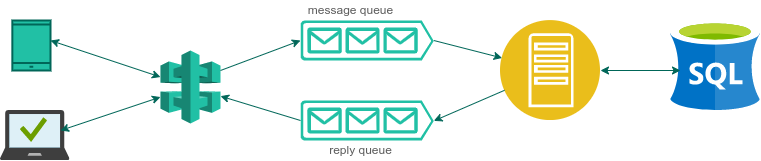
Above: system-design.drawio.png in sderohan/todo-eda-go (draw.io), before the change. Source tidied: cells renumbered, new cells last; positions are measured from the earlier drawing's top-left corner, leaving out a move shared by most shapes.
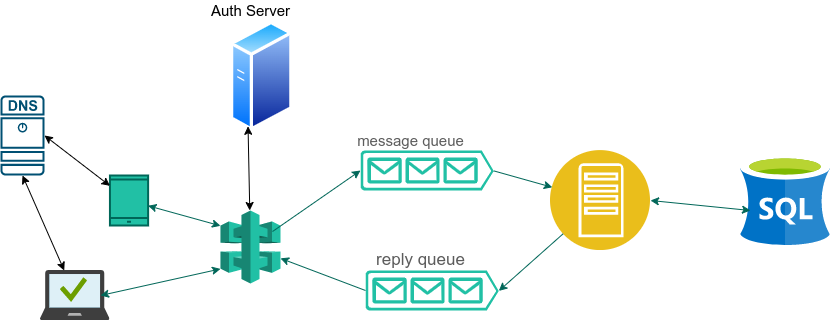
Later version of the same file.

Change to the diagram source:
```diff
@@ -3,63 +3,72 @@
     <mxCell id="0" />
     <mxCell id="1" parent="0" />
     <mxCell id="2" style="html=1;verticalLabelPosition=bottom;align=center;verticalAlign=top;strokeWidth=2;strokeColor=#006658;shadow=0;dashed=0;shape=mxgraph.ios7.icons.smartphone;fillColor=#21C0A5;fontColor=#5C5C5C;rounded=0;" parent="1" vertex="1">
-      <mxGeometry x="11.8" y="20" width="38.2" height="50" as="geometry" />
+      <mxGeometry x="49.5" y="45" width="38.2" height="50" as="geometry" />
     </mxCell>
     <mxCell id="3" style="sketch=0;html=1;points=[];align=center;image;fontSize=12;image=img/lib/mscae/Managed_Desktop.svg;fillColor=#21C0A5;strokeColor=#006658;fontColor=#5C5C5C;rounded=0;" parent="1" vertex="1">
-      <mxGeometry y="110" width="69.5" height="50" as="geometry" />
+      <mxGeometry x="-20" y="140" width="69.5" height="50" as="geometry" />
     </mxCell>
     <mxCell id="4" style="outlineConnect=0;dashed=0;verticalLabelPosition=bottom;verticalAlign=top;align=center;html=1;shape=mxgraph.aws3.api_gateway;fillColor=#21C0A5;strokeColor=#006658;fontColor=#5C5C5C;rounded=0;" parent="1" vertex="1">
-      <mxGeometry x="160" y="50" width="60" height="73" as="geometry" />
+      <mxGeometry x="160" y="80" width="60" height="73" as="geometry" />
     </mxCell>
     <mxCell id="5" style="sketch=0;shadow=0;dashed=0;html=1;strokeColor=none;labelPosition=center;verticalLabelPosition=bottom;verticalAlign=top;align=center;fillColor=#21C0A5;shape=mxgraph.azure.queue_generic;fontColor=#5C5C5C;rounded=0;" parent="1" vertex="1">
       <mxGeometry x="300" y="20" width="133.3" height="40" as="geometry" />
     </mxCell>
     <mxCell id="6" style="perimeter=ellipsePerimeter;html=1;align=center;shadow=0;dashed=0;fontColor=#5C5C5C;fontSize=12;spacingTop=3;image;image=img/lib/ibm/applications/app_server.svg;fillColor=#21C0A5;strokeColor=#006658;rounded=0;" parent="1" vertex="1">
-      <mxGeometry x="500" y="20" width="100" height="100" as="geometry" />
+      <mxGeometry x="490" y="20" width="100" height="100" as="geometry" />
     </mxCell>
     <mxCell id="7" style="sketch=0;shadow=0;dashed=0;html=1;strokeColor=none;labelPosition=center;verticalLabelPosition=bottom;verticalAlign=top;align=center;fillColor=#21C0A5;shape=mxgraph.azure.queue_generic;direction=east;fontColor=#5C5C5C;rounded=0;" parent="1" vertex="1">
-      <mxGeometry x="300" y="100" width="133.3" height="40" as="geometry" />
+      <mxGeometry x="305" y="140" width="133.3" height="40" as="geometry" />
     </mxCell>
     <mxCell id="8" style="sketch=0;html=1;align=center;image;fontSize=12;image=img/lib/mscae/dep/SQL_Server_Stretch_DB.svg;fillColor=#21C0A5;strokeColor=#006658;fontColor=#5C5C5C;rounded=0;" parent="1" vertex="1">
-      <mxGeometry x="670" y="20" width="90" height="90" as="geometry" />
+      <mxGeometry x="680" y="25" width="90" height="90" as="geometry" />
     </mxCell>
-    <mxCell id="9" style="endArrow=classic;html=1;rounded=0;strokeColor=#006658;fontColor=#5C5C5C;" parent="1" edge="1" target="6">
-      <mxGeometry relative="1" as="geometry">
-        <mxPoint x="433.3" y="40" as="sourcePoint" />
-      </mxGeometry>
+    <mxCell id="9" style="endArrow=classic;html=1;rounded=0;strokeColor=#006658;fontColor=#5C5C5C;exitX=1;exitY=0.51;exitDx=0;exitDy=0;exitPerimeter=0;" parent="1" edge="1" source="5" target="6">
+      <mxGeometry relative="1" as="geometry" />
     </mxCell>
     <mxCell id="10" style="endArrow=classic;html=1;rounded=0;entryX=1;entryY=0.51;entryDx=0;entryDy=0;entryPerimeter=0;strokeColor=#006658;fontColor=#5C5C5C;" parent="1" edge="1" source="6" target="7">
       <mxGeometry relative="1" as="geometry" />
     </mxCell>
-    <mxCell id="11" style="endArrow=classic;startArrow=classic;html=1;rounded=0;strokeColor=#006658;fontColor=#5C5C5C;" parent="1" edge="1" target="4">
-      <mxGeometry relative="1" as="geometry">
-        <mxPoint x="60" y="130" as="sourcePoint" />
-      </mxGeometry>
+    <mxCell id="11" style="endArrow=classic;startArrow=classic;html=1;rounded=0;strokeColor=#006658;fontColor=#5C5C5C;entryX=0;entryY=0.8;entryDx=0;entryDy=0;entryPerimeter=0;exitX=0.864;exitY=0.5;exitDx=0;exitDy=0;exitPerimeter=0;" parent="1" edge="1" source="3" target="4">
+      <mxGeometry relative="1" as="geometry" />
     </mxCell>
-    <mxCell id="12" style="endArrow=classic;startArrow=classic;html=1;rounded=0;strokeColor=#006658;fontColor=#5C5C5C;" parent="1" edge="1" target="4">
-      <mxGeometry relative="1" as="geometry">
-        <mxPoint x="50" y="40" as="sourcePoint" />
-      </mxGeometry>
+    <mxCell id="12" style="endArrow=classic;startArrow=classic;html=1;rounded=0;strokeColor=#006658;fontColor=#5C5C5C;entryX=0;entryY=0.21;entryDx=0;entryDy=0;entryPerimeter=0;" parent="1" edge="1" source="2" target="4">
+      <mxGeometry relative="1" as="geometry" />
     </mxCell>
-    <mxCell id="13" style="endArrow=classic;startArrow=classic;html=1;rounded=0;strokeColor=#006658;fontColor=#5C5C5C;" parent="1" edge="1">
+    <mxCell id="13" style="endArrow=classic;startArrow=classic;html=1;rounded=0;strokeColor=#006658;fontColor=#5C5C5C;exitX=1;exitY=0.5;exitDx=0;exitDy=0;" parent="1" edge="1" source="6">
       <mxGeometry relative="1" as="geometry">
-        <mxPoint x="600" y="70" as="sourcePoint" />
-        <mxPoint x="680" y="70" as="targetPoint" />
+        <mxPoint x="690" y="80" as="targetPoint" />
       </mxGeometry>
     </mxCell>
     <mxCell id="14" style="endArrow=classic;html=1;rounded=0;exitX=0;exitY=0.5;exitDx=0;exitDy=0;exitPerimeter=0;strokeColor=#006658;fontColor=#5C5C5C;" parent="1" edge="1" source="7" target="4">
       <mxGeometry relative="1" as="geometry" />
     </mxCell>
-    <mxCell id="15" style="endArrow=classic;html=1;rounded=0;entryX=0;entryY=0.5;entryDx=0;entryDy=0;entryPerimeter=0;strokeColor=#006658;fontColor=#5C5C5C;" parent="1" edge="1" target="5">
-      <mxGeometry relative="1" as="geometry">
-        <mxPoint x="220" y="70" as="sourcePoint" />
-      </mxGeometry>
+    <mxCell id="15" style="endArrow=classic;html=1;rounded=0;entryX=0;entryY=0.5;entryDx=0;entryDy=0;entryPerimeter=0;strokeColor=#006658;fontColor=#5C5C5C;exitX=0.867;exitY=0.288;exitDx=0;exitDy=0;exitPerimeter=0;" parent="1" edge="1" source="4" target="5">
+      <mxGeometry relative="1" as="geometry" />
     </mxCell>
-    <mxCell id="16" value="reply queue" style="text;html=1;align=center;verticalAlign=middle;strokeColor=none;fillColor=none;fontColor=#5C5C5C;rounded=0;" parent="1" vertex="1">
-      <mxGeometry x="320" y="140" width="80" height="20" as="geometry" />
+    <mxCell id="16" value="&lt;font style=&quot;font-size: 17px;&quot;&gt;reply queue&lt;/font&gt;" style="text;html=1;align=center;verticalAlign=middle;strokeColor=none;fillColor=none;fontColor=#5C5C5C;rounded=0;" parent="1" vertex="1">
+      <mxGeometry x="310" y="120" width="100" height="20" as="geometry" />
     </mxCell>
-    <mxCell id="17" value="message queue" style="text;html=1;align=center;verticalAlign=middle;strokeColor=none;fillColor=none;fontColor=#5C5C5C;rounded=0;" parent="1" vertex="1">
-      <mxGeometry x="300" width="100" height="20" as="geometry" />
+    <mxCell id="17" value="&lt;font style=&quot;font-size: 15px;&quot;&gt;message queue&lt;/font&gt;" style="text;html=1;align=center;verticalAlign=middle;strokeColor=none;fillColor=none;fontColor=#5C5C5C;rounded=0;" parent="1" vertex="1">
+      <mxGeometry x="290" width="120" height="20" as="geometry" />
     </mxCell>
+    <mxCell id="18" style="sketch=0;points=[[0.015,0.015,0],[0.985,0.015,0],[0.985,0.985,0],[0.015,0.985,0],[0.25,0,0],[0.5,0,0],[0.75,0,0],[1,0.25,0],[1,0.5,0],[1,0.75,0],[0.75,1,0],[0.5,1,0],[0.25,1,0],[0,0.75,0],[0,0.5,0],[0,0.25,0]];verticalLabelPosition=bottom;html=1;verticalAlign=top;align=center;shape=mxgraph.cisco19.dns_server;fillColor=#005073;strokeColor=none;" parent="1" vertex="1">
+      <mxGeometry x="-60" y="-35" width="44" height="80" as="geometry" />
+    </mxCell>
+    <mxCell id="19" style="endArrow=classic;startArrow=classic;html=1;rounded=0;entryX=1;entryY=0.5;entryDx=0;entryDy=0;entryPerimeter=0;" parent="1" edge="1" source="2" target="18">
+      <mxGeometry relative="1" as="geometry" />
+    </mxCell>
+    <mxCell id="20" style="endArrow=classic;startArrow=classic;html=1;rounded=0;entryX=0.5;entryY=1;entryDx=0;entryDy=0;entryPerimeter=0;" parent="1" edge="1" source="3" target="18">
+      <mxGeometry relative="1" as="geometry" />
+    </mxCell>
+    <mxCell id="21" style="perimeter=ellipsePerimeter;html=1;align=center;shadow=0;dashed=0;spacingTop=3;image;image=img/lib/active_directory/generic_server.svg;" parent="1" vertex="1">
+      <mxGeometry x="170" y="-110" width="62.4" height="111.4" as="geometry" />
+    </mxCell>
+    <mxCell id="22" style="endArrow=classic;startArrow=classic;html=1;rounded=0;entryX=0.25;entryY=1;entryDx=0;entryDy=0;" parent="1" edge="1" source="4" target="21">
+      <mxGeometry relative="1" as="geometry" />
+    </mxCell>
+    <mxCell id="23" value="&lt;font style=&quot;font-size: 15px;&quot;&gt;Auth Server&lt;/font&gt;" style="text;html=1;align=center;verticalAlign=middle;strokeColor=none;fillColor=none;" parent="1" vertex="1">
+      <mxGeometry x="145" y="-130" width="90" height="20" as="geometry" />
+    </mxCell>
   </root>
 </mxGraphModel>
```
